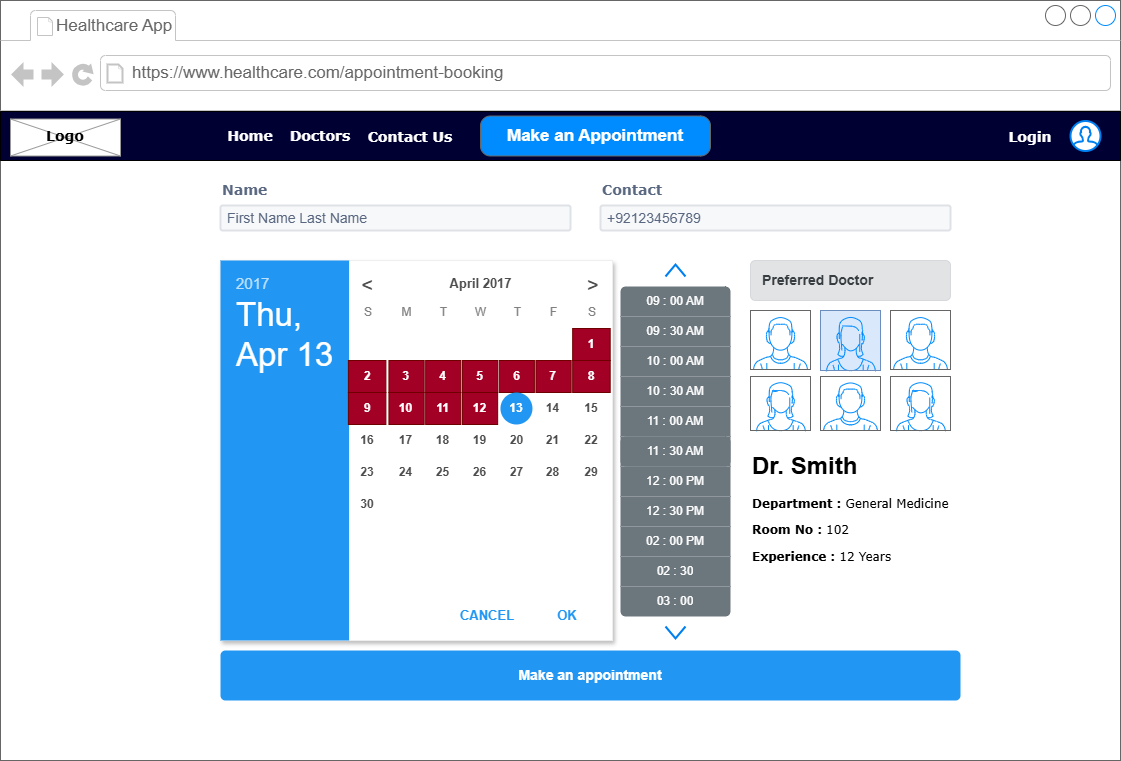
ZohaibWaqarMalik/Technical-Business-Analyst-Projects keeps this draw.io diagram as Online-Appointment-for-Healthcare-Clinic/02 - Diagrams/WireFrame_1-AppointmentBooking.png. Above is the earlier version. Source tidied: cells renumbered, new cells last; positions are measured from the earlier drawing's top-left corner, leaving out a move shared by most shapes.
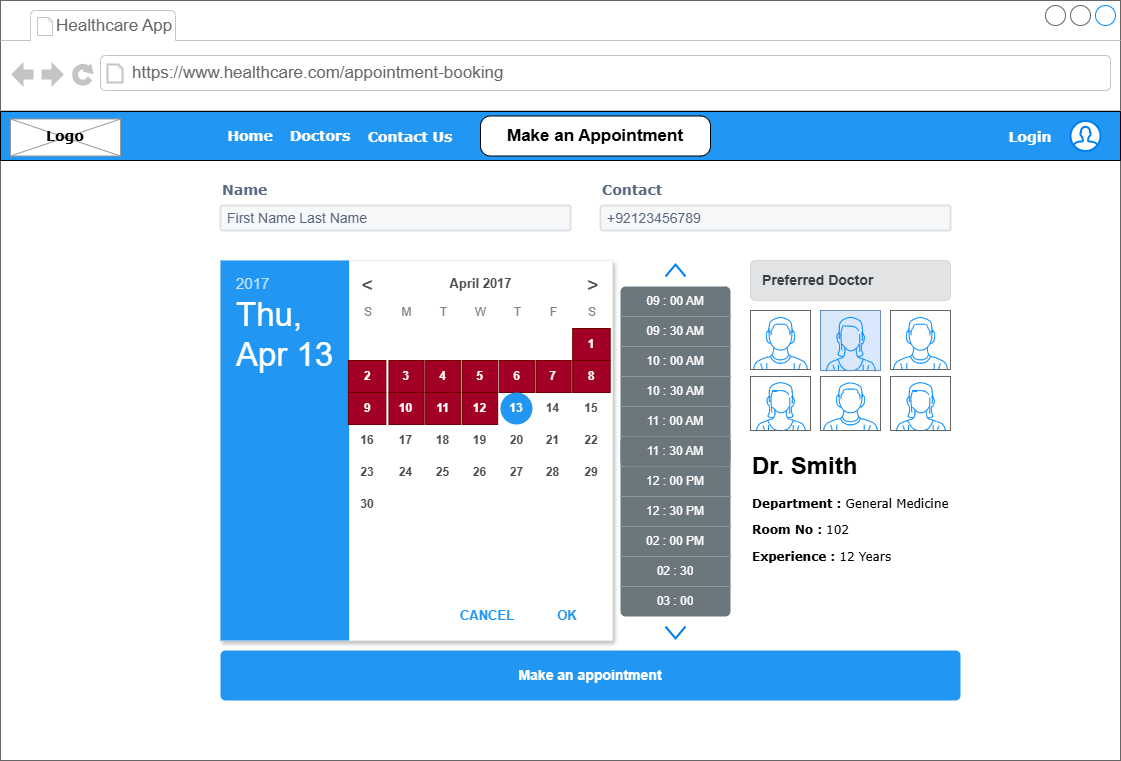
Later version of the same file.

The edit, as a diff of the source:
```diff
@@ -23,10 +23,10 @@
     <mxCell id="8" value="&lt;span style=&quot;font-size: 14px;&quot;&gt;+92123456789&lt;/span&gt;" style="rounded=1;arcSize=9;fillColor=#F7F8F9;align=left;spacingLeft=5;strokeColor=#DEE1E6;html=1;strokeWidth=2;fontColor=#596780;fontSize=12;" parent="2" vertex="1">
       <mxGeometry x="600" y="205" width="350" height="25" as="geometry" />
     </mxCell>
-    <mxCell id="9" style="verticalLabelPosition=bottom;verticalAlign=top;html=1;shape=mxgraph.basic.patternFillRect;fillStyle=solid;step=5;fillStrokeWidth=0.2;fillStrokeColor=#dddddd;fillColor=#000033;" parent="2" vertex="1">
+    <mxCell id="9" style="verticalLabelPosition=bottom;verticalAlign=top;html=1;shape=mxgraph.basic.patternFillRect;fillStyle=solid;step=5;fillStrokeWidth=0.2;fillStrokeColor=#dddddd;fillColor=#2196F3;" parent="2" vertex="1">
       <mxGeometry y="111" width="1120" height="49" as="geometry" />
     </mxCell>
-    <mxCell id="10" value="Make an Appointment" style="strokeWidth=1;shadow=0;dashed=0;align=center;html=1;shape=mxgraph.mockup.buttons.button;strokeColor=#666666;fontColor=#ffffff;mainText=;buttonStyle=round;fontSize=17;fontStyle=1;fillColor=#008cff;whiteSpace=wrap;" parent="2" vertex="1">
+    <mxCell id="10" value="Make an Appointment" style="strokeWidth=1;shadow=0;dashed=0;align=center;html=1;shape=mxgraph.mockup.buttons.button;mainText=;buttonStyle=round;fontSize=17;fontStyle=1;whiteSpace=wrap;" parent="2" vertex="1">
       <mxGeometry x="480" y="115.5" width="230" height="40" as="geometry" />
     </mxCell>
     <mxCell id="11" style="verticalLabelPosition=bottom;shadow=0;dashed=0;align=center;html=1;verticalAlign=top;strokeWidth=1;shape=mxgraph.mockup.graphics.simpleIcon;strokeColor=#999999;" parent="2" vertex="1">
```
